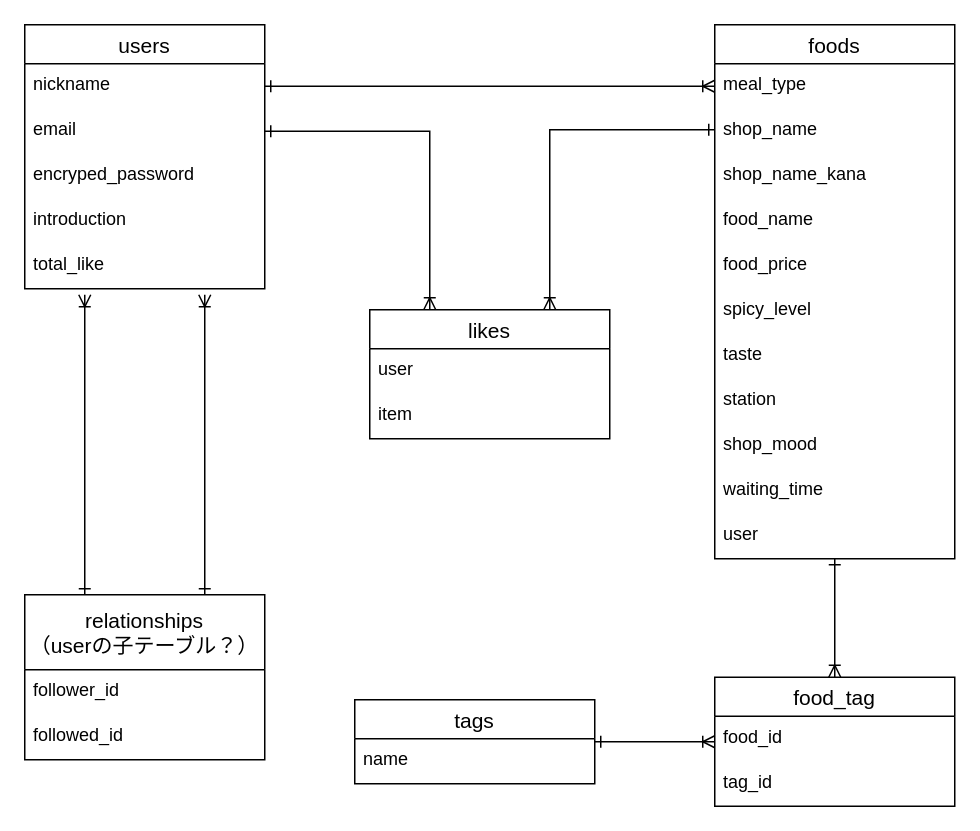
The draw.io diagram karai.dio in mkato1013/karai_app, before the edit. Source tidied: cells renumbered, new cells numbered last; positions are measured from the earlier drawing's top-left corner, leaving out a move shared by most shapes. Both pictures are drawn from the tidied source at 150%, with x=0, y=0 at pixel (24, 24).
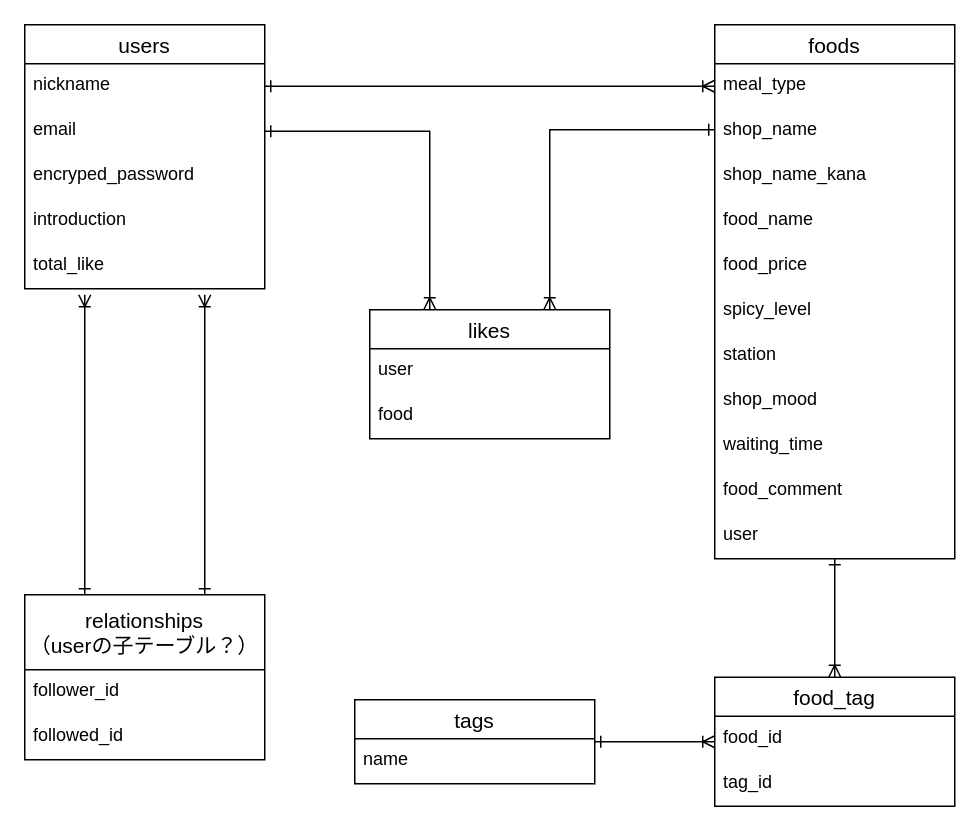
The same page after the edit.

The change refers to these unchanged cells:
```xml
<mxCell id="8" value="likes" style="swimlane;fontStyle=0;horizontal=1;startSize=26;align=center;fontSize=14;" parent="1" vertex="1">
  <mxGeometry x="230" y="190" width="160" height="86" as="geometry" />
</mxCell>
<mxCell id="19" value="foods" style="swimlane;fontStyle=0;horizontal=1;startSize=26;align=center;fontSize=14;" parent="1" vertex="1">
  <mxGeometry x="460" width="160" height="356" as="geometry" />
</mxCell>
```

The edit, as a diff of the source:
```diff
@@
-    <mxCell id="10" value="item" style="text;strokeColor=none;fillColor=none;spacingLeft=4;spacingRight=4;overflow=hidden;fontSize=12;" parent="8" vertex="1">
+    <mxCell id="10" value="food" style="text;strokeColor=none;fillColor=none;spacingLeft=4;spacingRight=4;overflow=hidden;fontSize=12;" parent="8" vertex="1">
       <mxGeometry y="56" width="160" height="30" as="geometry" />
     </mxCell>
@@
-    <mxCell id="26" value="taste" style="text;strokeColor=none;fillColor=none;spacingLeft=4;spacingRight=4;overflow=hidden;fontSize=12;" parent="19" vertex="1">
-      <mxGeometry y="206" width="160" height="30" as="geometry" />
-    </mxCell>
     <mxCell id="27" value="station" style="text;strokeColor=none;fillColor=none;spacingLeft=4;spacingRight=4;overflow=hidden;fontSize=12;" parent="19" vertex="1">
-      <mxGeometry y="236" width="160" height="30" as="geometry" />
+      <mxGeometry y="206" width="160" height="30" as="geometry" />
     </mxCell>
     <mxCell id="28" value="shop_mood" style="text;strokeColor=none;fillColor=none;spacingLeft=4;spacingRight=4;overflow=hidden;fontSize=12;" parent="19" vertex="1">
-      <mxGeometry y="266" width="160" height="30" as="geometry" />
+      <mxGeometry y="236" width="160" height="30" as="geometry" />
     </mxCell>
     <mxCell id="29" value="waiting_time" style="text;strokeColor=none;fillColor=none;spacingLeft=4;spacingRight=4;overflow=hidden;fontSize=12;" parent="19" vertex="1">
-      <mxGeometry y="296" width="160" height="30" as="geometry" />
+      <mxGeometry y="266" width="160" height="30" as="geometry" />
     </mxCell>
+    <mxCell id="26" value="food_comment" style="text;strokeColor=none;fillColor=none;spacingLeft=4;spacingRight=4;overflow=hidden;fontSize=12;" parent="19" vertex="1">
+      <mxGeometry y="296" width="160" height="30" as="geometry" />
+    </mxCell>
```
